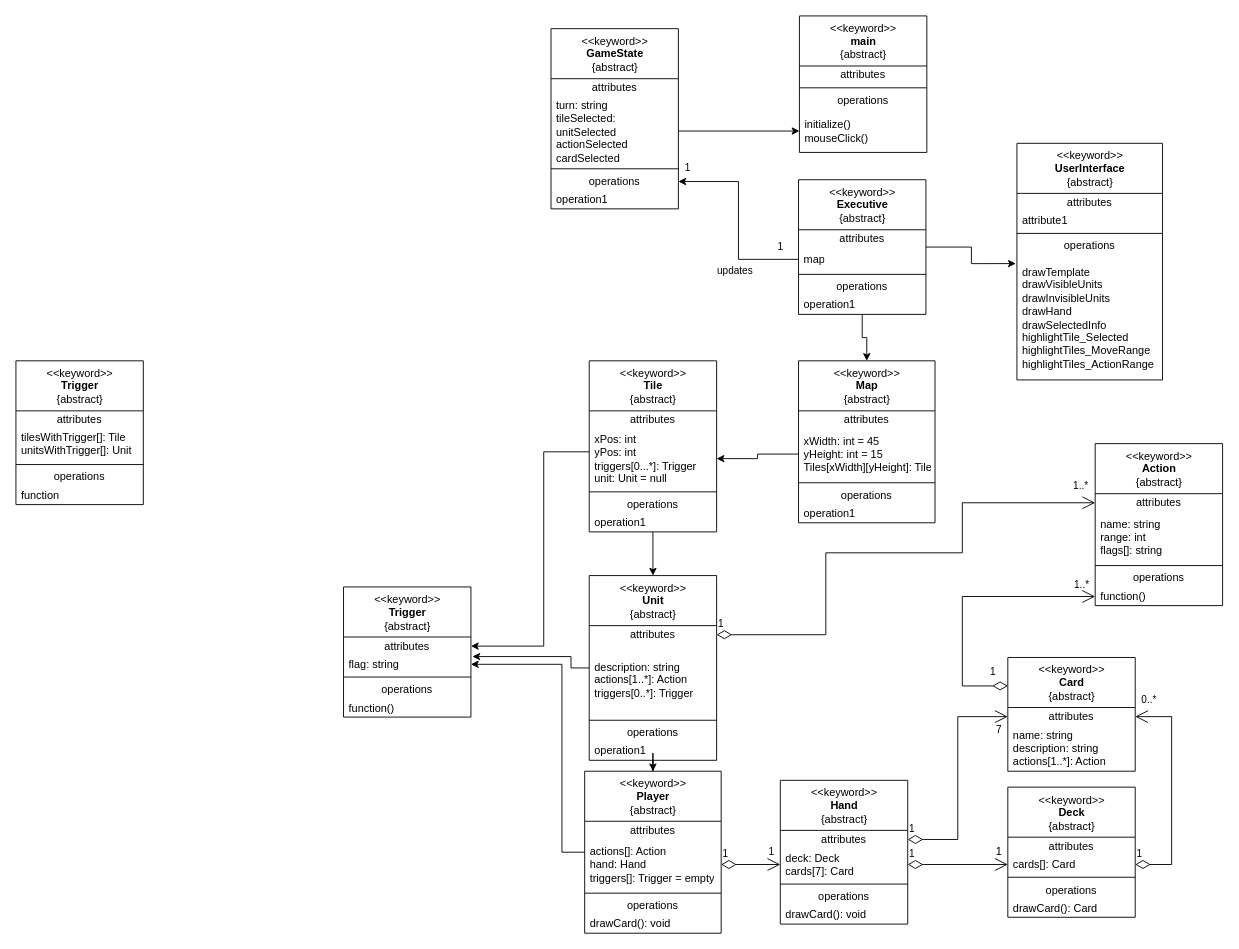
The draw.io diagram Documentation/Class Diagram.drawio in FreemanSpray/EECS-448_Project-4_G11, before the edit. Source tidied: cells renumbered, new cells numbered last; positions are measured from the earlier drawing's top-left corner, leaving out a move shared by most shapes. Both pictures are drawn from the tidied source at 91%, with x=0, y=0 at pixel (15, 15).
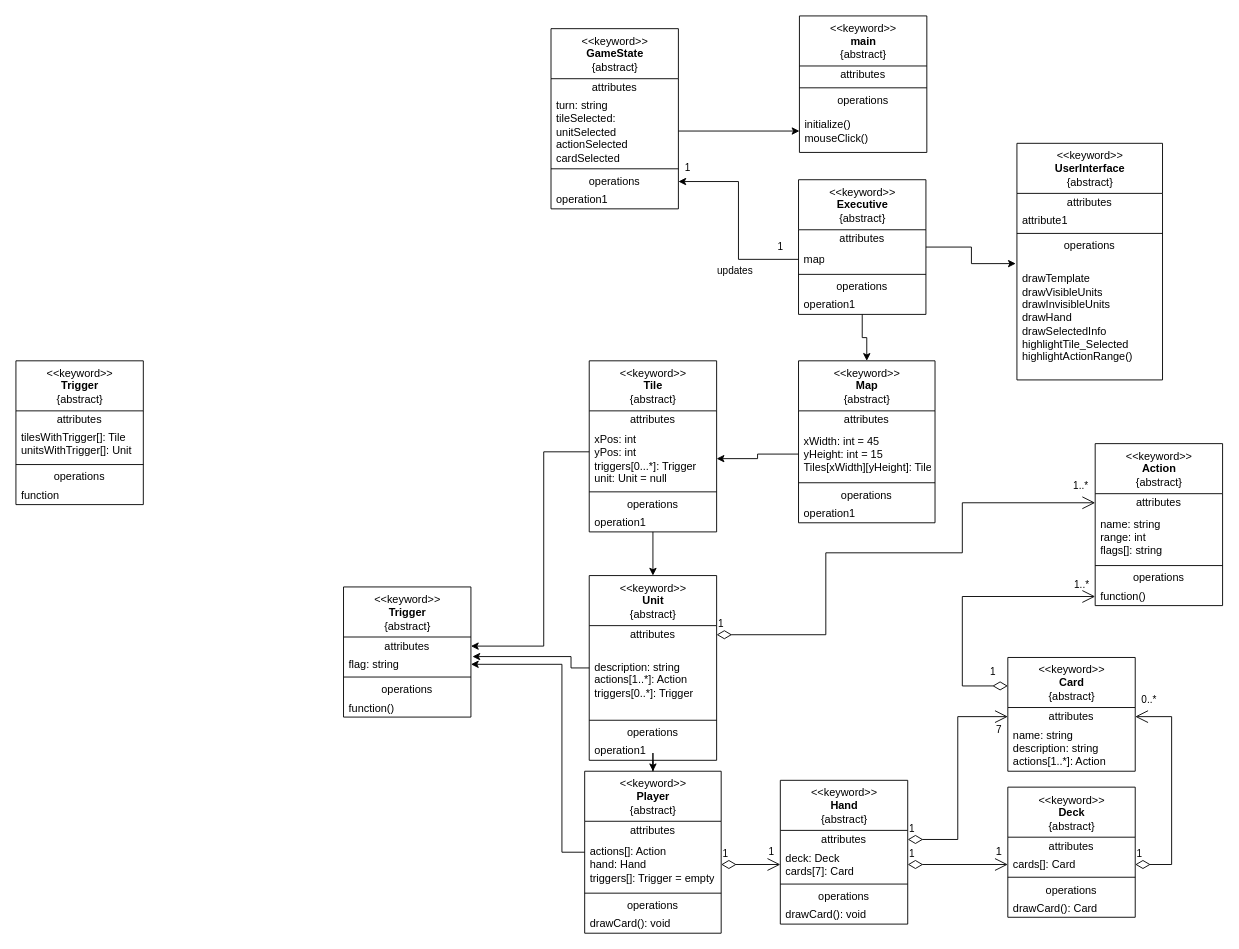
The same diagram, later.

The change refers to these unchanged cells:
```xml
<mxCell id="13" value="&amp;lt;&amp;lt;keyword&amp;gt;&amp;gt;&lt;br&gt;&lt;b&gt;UserInterface&lt;/b&gt;&lt;br&gt;{abstract}" style="swimlane;fontStyle=0;align=center;verticalAlign=top;horizontal=1;startSize=55;html=1;" parent="1" vertex="1">
  <mxGeometry x="1100" y="140" width="160" height="260" as="geometry" />
</mxCell>
```

Diff of the diagram source:
```diff
@@
-    <mxCell id="18" value="&lt;div&gt;drawTemplate&lt;/div&gt;&lt;div&gt;drawVisibleUnits&lt;/div&gt;&lt;div&gt;drawInvisibleUnits&lt;/div&gt;&lt;div&gt;drawHand&lt;/div&gt;&lt;div&gt;drawSelectedInfo&lt;/div&gt;&lt;div&gt;highlightTile_Selected&lt;/div&gt;&lt;div&gt;highlightTiles_MoveRange&lt;/div&gt;&lt;div&gt;highlightTiles_ActionRange&lt;br&gt;&lt;/div&gt;" style="text;html=1;strokeColor=none;fillColor=none;align=left;verticalAlign=middle;spacingLeft=4;spacingRight=4;overflow=hidden;points=[[0,0.5],[1,0.5]];portConstraint=eastwest;" parent="13" vertex="1">
+    <mxCell id="18" value="&lt;div&gt;drawTemplate&lt;/div&gt;&lt;div&gt;drawVisibleUnits&lt;/div&gt;&lt;div&gt;drawInvisibleUnits&lt;/div&gt;&lt;div&gt;drawHand&lt;/div&gt;&lt;div&gt;drawSelectedInfo&lt;/div&gt;&lt;div&gt;highlightTile_Selected&lt;/div&gt;&lt;div&gt;highlightActionRange()&lt;br&gt;&lt;/div&gt;" style="text;html=1;strokeColor=none;fillColor=none;align=left;verticalAlign=middle;spacingLeft=4;spacingRight=4;overflow=hidden;points=[[0,0.5],[1,0.5]];portConstraint=eastwest;" parent="13" vertex="1">
       <mxGeometry y="123" width="160" height="137" as="geometry" />
     </mxCell>
```
